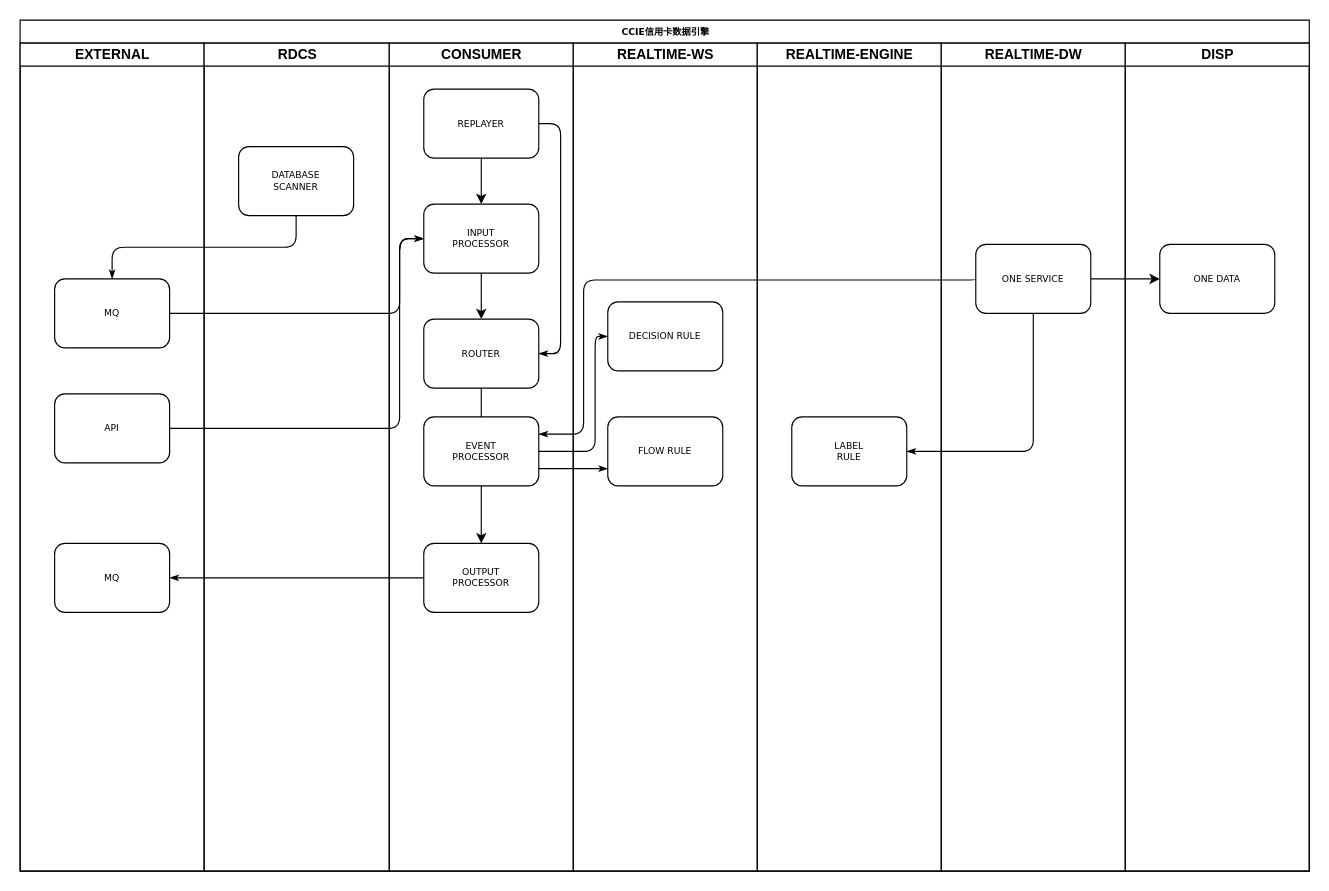
Before: page "Page-1" (1 of 4) of 数据中台.drawio in michael0817/wing, a draw.io diagram. Source tidied: cells renumbered, new cells numbered last; positions are measured from the earlier drawing's top-left corner, leaving out a move shared by most shapes. Both pictures are drawn from the tidied source at 115%, with x=0, y=0 at pixel (20, 20).
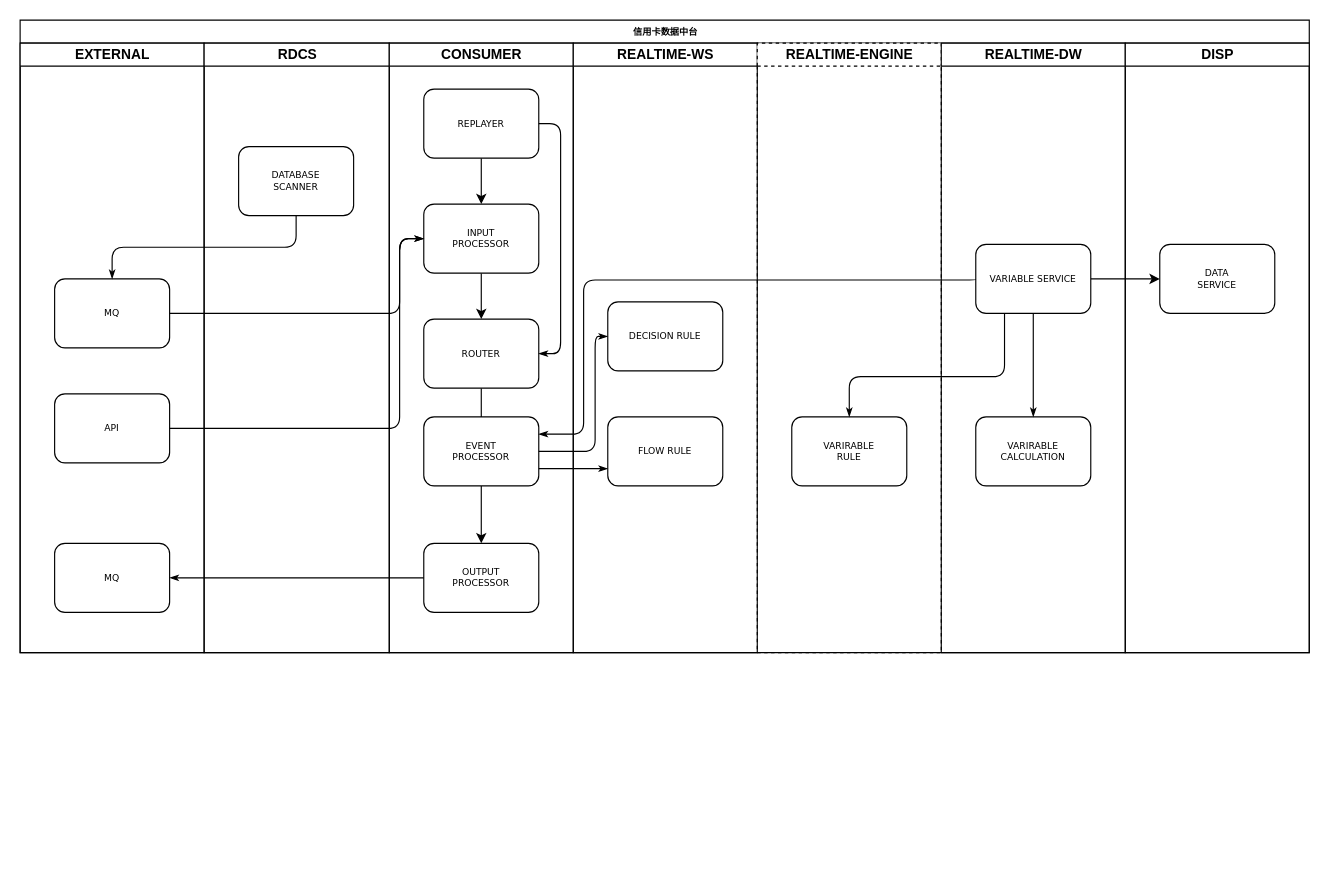
The same diagram, later.

Diff of the diagram source:
```diff
@@
-    <mxCell id="2" value="CCIE信用卡数据引擎" style="swimlane;html=1;startSize=20;rounded=0;shadow=0;labelBackgroundColor=none;strokeColor=#000000;strokeWidth=1;fillColor=#ffffff;fontFamily=Verdana;fontSize=8;fontColor=#000000;align=center;" parent="1" vertex="1">
-      <mxGeometry width="1121" height="740" as="geometry" />
+    <mxCell id="2" value="信用卡数据中台" style="swimlane;html=1;startSize=20;rounded=0;shadow=0;labelBackgroundColor=none;strokeColor=#000000;strokeWidth=1;fillColor=#ffffff;fontFamily=Verdana;fontSize=8;fontColor=#000000;align=center;" parent="1" vertex="1">
+      <mxGeometry width="1121" height="550" as="geometry" />
     </mxCell>
     <mxCell id="3" value="EXTERNAL" style="swimlane;html=1;startSize=20;" parent="2" vertex="1">
-      <mxGeometry y="20" width="160" height="720" as="geometry" />
+      <mxGeometry y="20" width="160" height="530" as="geometry" />
     </mxCell>
@@
     <mxCell id="7" value="RDCS" style="swimlane;html=1;startSize=20;" parent="2" vertex="1">
-      <mxGeometry x="160" y="20" width="161" height="720" as="geometry" />
+      <mxGeometry x="160" y="20" width="161" height="530" as="geometry" />
     </mxCell>
@@
     <mxCell id="9" value="CONSUMER" style="swimlane;html=1;startSize=20;" parent="2" vertex="1">
-      <mxGeometry x="321" y="20" width="160" height="720" as="geometry" />
+      <mxGeometry x="321" y="20" width="160" height="530" as="geometry" />
     </mxCell>
@@
     <mxCell id="19" value="REALTIME-WS" style="swimlane;html=1;startSize=20;" parent="2" vertex="1">
-      <mxGeometry x="481" y="20" width="160" height="720" as="geometry" />
+      <mxGeometry x="481" y="20" width="160" height="530" as="geometry" />
     </mxCell>
@@
-    <mxCell id="27" style="edgeStyle=orthogonalEdgeStyle;rounded=1;html=1;labelBackgroundColor=none;startArrow=none;startFill=0;startSize=5;endArrow=classicThin;endFill=1;endSize=5;jettySize=auto;strokeColor=#000000;strokeWidth=1;fontFamily=Verdana;fontSize=8;fontColor=#000000;exitX=0.5;exitY=1;exitDx=0;exitDy=0;entryX=1;entryY=0.5;entryDx=0;entryDy=0;" parent="2" edge="1" source="34" target="32">
-      <mxGeometry relative="1" as="geometry">
-        <Array as="points">
-          <mxPoint x="881" y="375" />
-        </Array>
-      </mxGeometry>
-    </mxCell>
@@
-    <mxCell id="31" value="REALTIME-ENGINE" style="swimlane;html=1;startSize=20;" parent="2" vertex="1">
-      <mxGeometry x="641" y="20" width="160" height="720" as="geometry" />
+    <mxCell id="31" value="REALTIME-ENGINE" style="swimlane;html=1;startSize=20;dashed=1;" parent="2" vertex="1">
+      <mxGeometry x="641" y="20" width="160" height="530" as="geometry" />
     </mxCell>
-    <mxCell id="32" value="LABEL&lt;br&gt;RULE" style="rounded=1;whiteSpace=wrap;html=1;shadow=0;labelBackgroundColor=none;strokeColor=#000000;strokeWidth=1;fillColor=#ffffff;fontFamily=Verdana;fontSize=8;fontColor=#000000;align=center;" parent="31" vertex="1">
-      <mxGeometry x="30" y="325" width="100" height="60" as="geometry" />
-    </mxCell>
+    <mxCell id="37" value="VARIRABLE&lt;br&gt;RULE" style="rounded=1;whiteSpace=wrap;html=1;shadow=0;labelBackgroundColor=none;strokeColor=#000000;strokeWidth=1;fillColor=#ffffff;fontFamily=Verdana;fontSize=8;fontColor=#000000;align=center;" parent="31" vertex="1">
+      <mxGeometry x="30" y="325" width="100" height="60" as="geometry" />
+    </mxCell>
     <mxCell id="33" value="REALTIME-DW" style="swimlane;html=1;startSize=20;" parent="2" vertex="1">
-      <mxGeometry x="801" y="20" width="160" height="720" as="geometry" />
+      <mxGeometry x="801" y="20" width="160" height="530" as="geometry" />
     </mxCell>
-    <mxCell id="34" value="ONE SERVICE" style="rounded=1;whiteSpace=wrap;html=1;shadow=0;labelBackgroundColor=none;strokeColor=#000000;strokeWidth=1;fillColor=#ffffff;fontFamily=Verdana;fontSize=8;fontColor=#000000;align=center;" parent="33" vertex="1">
+    <mxCell id="34" value="VARIABLE SERVICE" style="rounded=1;whiteSpace=wrap;html=1;shadow=0;labelBackgroundColor=none;strokeColor=#000000;strokeWidth=1;fillColor=#ffffff;fontFamily=Verdana;fontSize=8;fontColor=#000000;align=center;" parent="33" vertex="1">
       <mxGeometry x="30" y="175" width="100" height="60" as="geometry" />
     </mxCell>
+    <mxCell id="32" value="VARIRABLE&lt;br&gt;CALCULATION" style="rounded=1;whiteSpace=wrap;html=1;shadow=0;labelBackgroundColor=none;strokeColor=#000000;strokeWidth=1;fillColor=#ffffff;fontFamily=Verdana;fontSize=8;fontColor=#000000;align=center;" parent="33" vertex="1">
+      <mxGeometry x="30" y="325" width="100" height="60" as="geometry" />
+    </mxCell>
+    <mxCell id="38" style="edgeStyle=orthogonalEdgeStyle;rounded=1;html=1;labelBackgroundColor=none;startArrow=none;startFill=0;startSize=5;endArrow=classicThin;endFill=1;endSize=5;jettySize=auto;strokeColor=#000000;strokeWidth=1;fontFamily=Verdana;fontSize=8;fontColor=#000000;exitX=0.5;exitY=1;exitDx=0;exitDy=0;entryX=0.5;entryY=0;entryDx=0;entryDy=0;" parent="33" edge="1" source="34" target="32">
+      <mxGeometry relative="1" as="geometry">
+        <Array as="points">
+          <mxPoint x="80" y="280" />
+          <mxPoint x="80" y="280" />
+        </Array>
+      </mxGeometry>
+    </mxCell>
     <mxCell id="35" value="DISP" style="swimlane;html=1;startSize=20;" parent="2" vertex="1">
-      <mxGeometry x="961" y="20" width="160" height="720" as="geometry" />
+      <mxGeometry x="961" y="20" width="160" height="530" as="geometry" />
     </mxCell>
-    <mxCell id="36" value="ONE DATA" style="rounded=1;whiteSpace=wrap;html=1;shadow=0;labelBackgroundColor=none;strokeColor=#000000;strokeWidth=1;fillColor=#ffffff;fontFamily=Verdana;fontSize=8;fontColor=#000000;align=center;" parent="35" vertex="1">
+    <mxCell id="36" value="DATA&lt;br&gt;SERVICE" style="rounded=1;whiteSpace=wrap;html=1;shadow=0;labelBackgroundColor=none;strokeColor=#000000;strokeWidth=1;fillColor=#ffffff;fontFamily=Verdana;fontSize=8;fontColor=#000000;align=center;" parent="35" vertex="1">
       <mxGeometry x="30" y="175" width="100" height="60" as="geometry" />
     </mxCell>
+    <mxCell id="27" style="edgeStyle=orthogonalEdgeStyle;rounded=1;html=1;labelBackgroundColor=none;startArrow=none;startFill=0;startSize=5;endArrow=classicThin;endFill=1;endSize=5;jettySize=auto;strokeColor=#000000;strokeWidth=1;fontFamily=Verdana;fontSize=8;fontColor=#000000;exitX=0.25;exitY=1;exitDx=0;exitDy=0;entryX=0.5;entryY=0;entryDx=0;entryDy=0;" parent="2" edge="1" source="34" target="37">
+      <mxGeometry relative="1" as="geometry">
+        <Array as="points">
+          <mxPoint x="856" y="310" />
+          <mxPoint x="721" y="310" />
+        </Array>
+      </mxGeometry>
+    </mxCell>
```
